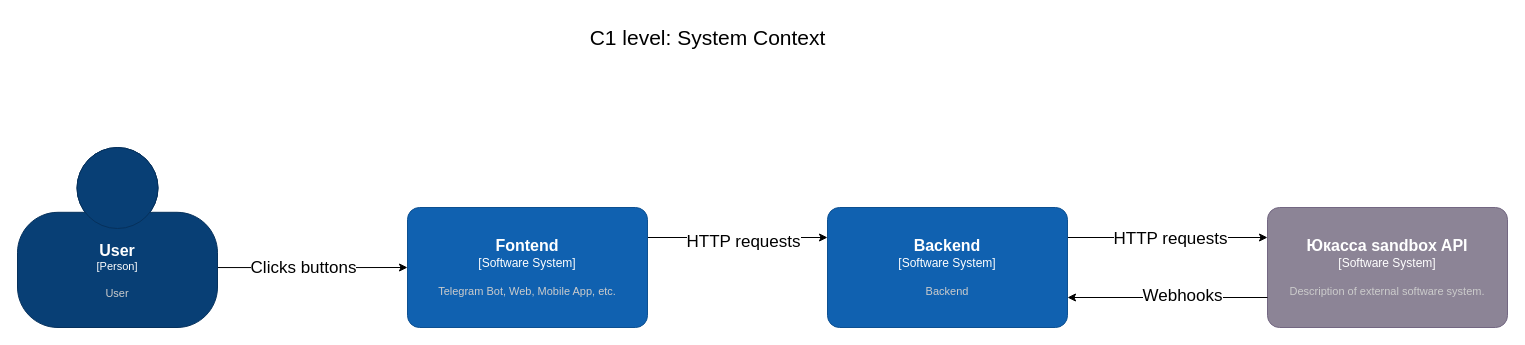
The draw.io diagram page "С1: System Context" (1 of 2) of docs/diagrams/Architecture-C4-Diagram.drawio in nikitadev-work/SyncBuyProject, before the edit. Source tidied: cells renumbered, new cells numbered last; positions are measured from the earlier drawing's top-left corner, leaving out a move shared by most shapes. Both pictures are drawn from the tidied source at 100%, with x=0, y=0 at pixel (17, 17).
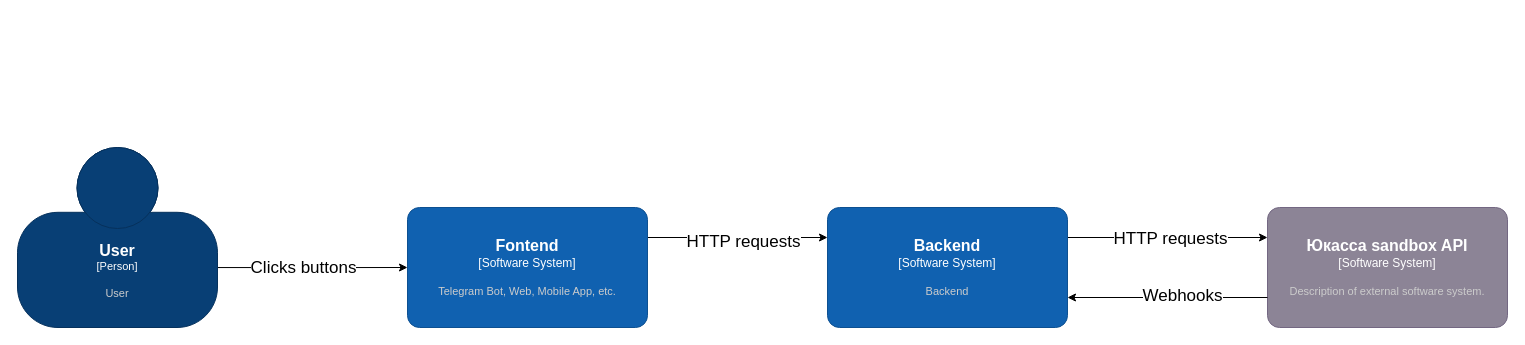
The same page after the edit.

The edit, as a diff of the source:
```diff
@@
 <mxGraphModel>
   <root>
     <mxCell id="0" />
     <mxCell id="1" parent="0" />
     <mxCell id="2" style="edgeStyle=orthogonalEdgeStyle;rounded=0;jettySize=auto;html=1;exitX=1;exitY=0.25;exitDx=0;exitDy=0;exitPerimeter=0;entryX=0;entryY=0.25;entryDx=0;entryDy=0;entryPerimeter=0;" parent="1" edge="1" source="4" target="5">
       <mxGeometry relative="1" as="geometry" />
     </mxCell>
     <mxCell id="3" value="HTTP requests" style="edgeLabel;html=1;align=center;verticalAlign=middle;fontSize=17;" parent="2" vertex="1">
       <mxGeometry x="0.02" y="-1" relative="1" as="geometry" />
     </mxCell>
     <object id="4" label="&lt;font style=&quot;font-size: 16px&quot;&gt;&lt;b&gt;%c4Name%&lt;/b&gt;&lt;/font&gt;&lt;div&gt;[%c4Type%]&lt;/div&gt;&lt;br&gt;&lt;div&gt;&lt;font style=&quot;font-size: 11px&quot;&gt;&lt;font color=&quot;#cccccc&quot;&gt;%c4Description%&lt;/font&gt;&lt;/div&gt;" c4Description="Backend" c4Name="Backend" c4Type="Software System" placeholders="1">
       <mxCell style="rounded=1;whiteSpace=wrap;html=1;labelBackgroundColor=none;fillColor=#1061B0;fontColor=#ffffff;align=center;arcSize=10;strokeColor=#0D5091;points=[[0.25,0,0],[0.5,0,0],[0.75,0,0],[1,0.25,0],[1,0.5,0],[1,0.75,0],[0.75,1,0],[0.5,1,0],[0.25,1,0],[0,0.75,0],[0,0.5,0],[0,0.25,0]];" parent="1" vertex="1">
         <mxGeometry x="810" y="190" width="240" height="120" as="geometry" />
       </mxCell>
     </object>
     <object id="5" label="&lt;font style=&quot;font-size: 16px&quot;&gt;&lt;b&gt;%c4Name%&lt;/b&gt;&lt;/font&gt;&lt;div&gt;[%c4Type%]&lt;/div&gt;&lt;br&gt;&lt;div&gt;&lt;font style=&quot;font-size: 11px&quot;&gt;&lt;font color=&quot;#cccccc&quot;&gt;%c4Description%&lt;/font&gt;&lt;/div&gt;" c4Description="Description of external software system." c4Name="Юкасса sandbox API" c4Type="Software System" placeholders="1">
       <mxCell style="rounded=1;whiteSpace=wrap;html=1;labelBackgroundColor=none;fillColor=#8C8496;fontColor=#ffffff;align=center;arcSize=10;strokeColor=#736782;points=[[0.25,0,0],[0.5,0,0],[0.75,0,0],[1,0.25,0],[1,0.5,0],[1,0.75,0],[0.75,1,0],[0.5,1,0],[0.25,1,0],[0,0.75,0],[0,0.5,0],[0,0.25,0]];" parent="1" vertex="1">
         <mxGeometry x="1250" y="190" width="240" height="120" as="geometry" />
       </mxCell>
     </object>
     <mxCell id="6" style="edgeStyle=orthogonalEdgeStyle;rounded=0;jettySize=auto;html=1;entryX=0;entryY=0.25;entryDx=0;entryDy=0;entryPerimeter=0;exitX=1;exitY=0.25;exitDx=0;exitDy=0;exitPerimeter=0;" parent="1" edge="1" source="14" target="4">
       <mxGeometry relative="1" as="geometry" />
     </mxCell>
     <mxCell id="7" value="HTTP requests" style="edgeLabel;html=1;align=center;verticalAlign=middle;fontSize=17;" parent="6" vertex="1">
       <mxGeometry x="0.06" y="-4" relative="1" as="geometry" />
     </mxCell>
     <mxCell id="8" style="edgeStyle=orthogonalEdgeStyle;rounded=0;jettySize=auto;html=1;entryX=1;entryY=0.75;entryDx=0;entryDy=0;entryPerimeter=0;exitX=0;exitY=0.75;exitDx=0;exitDy=0;exitPerimeter=0;" parent="1" edge="1" source="5" target="4">
       <mxGeometry relative="1" as="geometry" />
     </mxCell>
     <mxCell id="9" value="Webhooks" style="edgeLabel;html=1;align=center;verticalAlign=middle;fontSize=17;" parent="8" vertex="1">
       <mxGeometry x="-0.14" y="-2" relative="1" as="geometry" />
     </mxCell>
-    <mxCell id="10" value="С1 level: System Context" style="text;html=1;align=center;verticalAlign=middle;strokeColor=none;fillColor=none;fontSize=21;" parent="1" vertex="1">
-      <mxGeometry x="560" width="260" height="40" as="geometry" />
-    </mxCell>
     <mxCell id="11" style="edgeStyle=orthogonalEdgeStyle;rounded=0;jettySize=auto;html=1;entryX=0;entryY=0.5;entryDx=0;entryDy=0;entryPerimeter=0;exitX=0.995;exitY=0.667;exitDx=0;exitDy=0;exitPerimeter=0;" parent="1" edge="1" source="13" target="14">
       <mxGeometry relative="1" as="geometry" />
     </mxCell>
     <mxCell id="12" value="Clicks buttons" style="edgeLabel;html=1;align=center;verticalAlign=middle;fontSize=17;" parent="11" vertex="1">
       <mxGeometry x="-0.09" relative="1" as="geometry" />
     </mxCell>
     <object id="13" label="&lt;font style=&quot;font-size: 16px&quot;&gt;&lt;b&gt;%c4Name%&lt;/b&gt;&lt;/font&gt;&lt;div&gt;[%c4Type%]&lt;/div&gt;&lt;br&gt;&lt;div&gt;&lt;font style=&quot;font-size: 11px&quot;&gt;&lt;font color=&quot;#cccccc&quot;&gt;%c4Description%&lt;/font&gt;&lt;/div&gt;" c4Description="User" c4Name="User" c4Type="Person" placeholders="1">
       <mxCell style="html=1;fontSize=11;dashed=0;whiteSpace=wrap;fillColor=#083F75;strokeColor=#06315C;fontColor=#ffffff;shape=mxgraph.c4.person2;align=center;points=[[0.5,0,0],[1,0.5,0],[1,0.75,0],[0.75,1,0],[0.5,1,0],[0.25,1,0],[0,0.75,0],[0,0.5,0]];" parent="1" vertex="1">
         <mxGeometry y="130" width="200" height="180" as="geometry" />
       </mxCell>
     </object>
     <object id="14" label="&lt;font style=&quot;font-size: 16px&quot;&gt;&lt;b&gt;%c4Name%&lt;/b&gt;&lt;/font&gt;&lt;div&gt;[%c4Type%]&lt;/div&gt;&lt;br&gt;&lt;div&gt;&lt;font style=&quot;font-size: 11px&quot;&gt;&lt;font color=&quot;#cccccc&quot;&gt;%c4Description%&lt;/font&gt;&lt;/div&gt;" c4Description="Telegram Bot, Web, Mobile App, etc." c4Name="Fontend" c4Type="Software System" placeholders="1">
       <mxCell style="rounded=1;whiteSpace=wrap;html=1;labelBackgroundColor=none;fillColor=#1061B0;fontColor=#ffffff;align=center;arcSize=10;strokeColor=#0D5091;points=[[0.25,0,0],[0.5,0,0],[0.75,0,0],[1,0.25,0],[1,0.5,0],[1,0.75,0],[0.75,1,0],[0.5,1,0],[0.25,1,0],[0,0.75,0],[0,0.5,0],[0,0.25,0]];" parent="1" vertex="1">
         <mxGeometry x="390" y="190" width="240" height="120" as="geometry" />
       </mxCell>
     </object>
   </root>
 </mxGraphModel>
```
